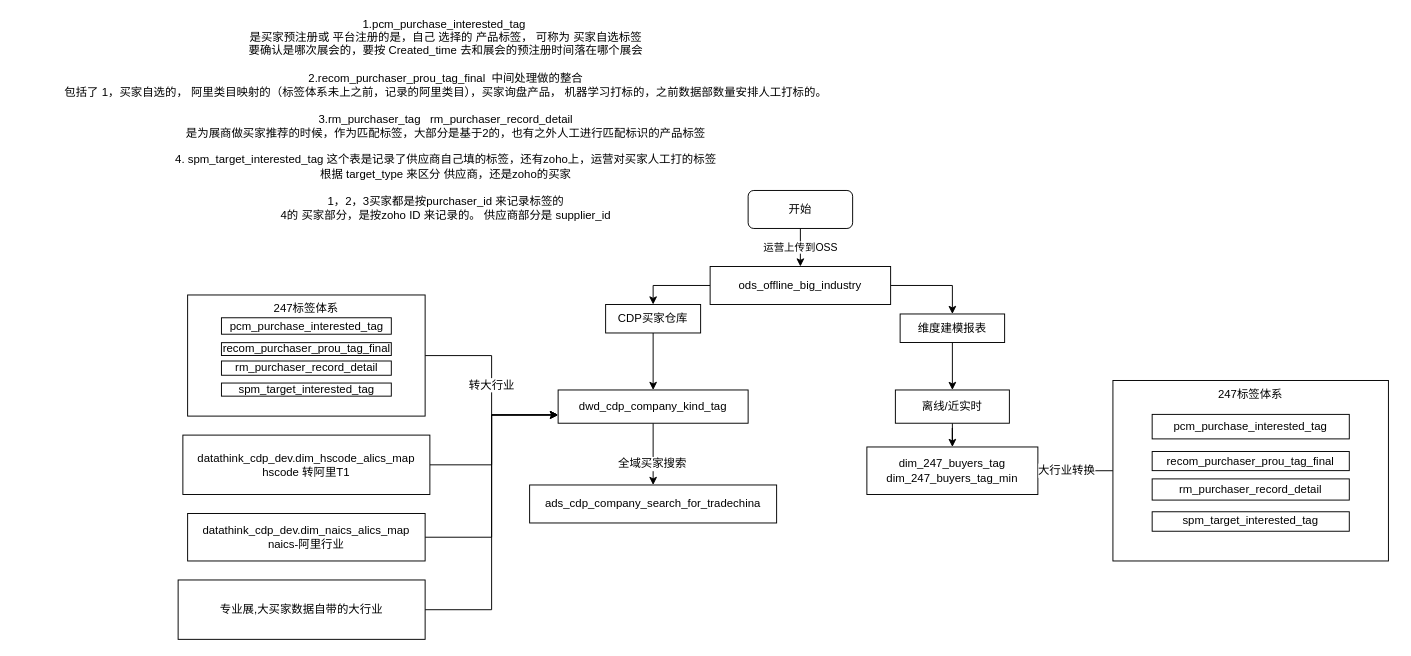
Above: 大行业.drawio in HLSO6/draw (draw.io), before the change. Source tidied: cells renumbered, new cells numbered last; positions are measured from the earlier drawing's top-left corner, leaving out a move shared by most shapes. Both pictures are drawn from the tidied source at 95%, with x=0, y=0 at pixel (16, 104).
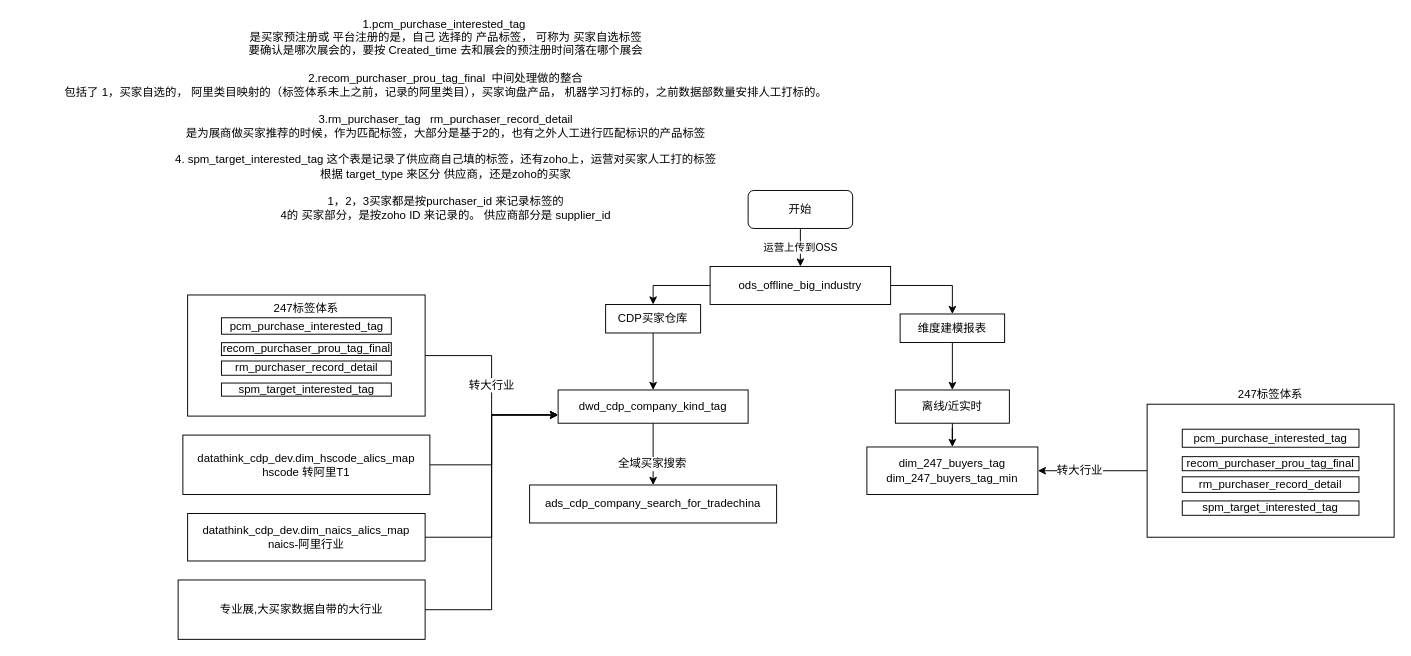
The same page after the edit.

Commit message:
更新大行业.drawio

Unchanged cells that the change refers to:
```xml
<mxCell id="15" style="edgeStyle=orthogonalEdgeStyle;rounded=0;jettySize=auto;html=1;entryX=1;entryY=0.5;entryDx=0;entryDy=0;fontFamily=Helvetica;fontSize=12;fontColor=default;" parent="1" edge="1" source="17" target="13">
  <mxGeometry relative="1" as="geometry" />
</mxCell>
```

Diff of the diagram source:
```diff
@@
-    <mxCell id="16" value="大行业转换" style="edgeLabel;html=1;align=center;verticalAlign=middle;fontSize=12;fontFamily=Helvetica;fontColor=default;" parent="15" vertex="1">
+    <mxCell id="16" value="转大行业" style="edgeLabel;html=1;align=center;verticalAlign=middle;fontSize=12;fontFamily=Helvetica;fontColor=default;" parent="15" vertex="1">
       <mxGeometry x="0.26" y="-1" relative="1" as="geometry" />
     </mxCell>
     <mxCell id="17" value="247标签体系" style="rounded=0;whiteSpace=wrap;html=1;spacingBottom=160;" parent="1" vertex="1">
-      <mxGeometry x="1154" y="290" width="290" height="190" as="geometry" />
+      <mxGeometry x="1190" y="315" width="260" height="140" as="geometry" />
     </mxCell>
     <mxCell id="18" value="pcm_purchase_interested_tag" style="rounded=0;whiteSpace=wrap;html=1;" parent="17" vertex="1">
-      <mxGeometry x="41.3" y="35.7" width="207.5" height="25.8" as="geometry" />
+      <mxGeometry x="37" y="26.3" width="186" height="19" as="geometry" />
     </mxCell>
     <mxCell id="19" value="recom_purchaser_prou_tag_final" style="rounded=0;whiteSpace=wrap;html=1;" parent="17" vertex="1">
-      <mxGeometry x="41.3" y="74.8" width="207.5" height="20.1" as="geometry" />
+      <mxGeometry x="37" y="55.2" width="186" height="14.8" as="geometry" />
     </mxCell>
     <mxCell id="20" value="rm_purchaser_record_detail" style="rounded=0;whiteSpace=wrap;html=1;" parent="17" vertex="1">
-      <mxGeometry x="41.3" y="103.6" width="207.5" height="22.3" as="geometry" />
+      <mxGeometry x="37" y="76.4" width="186" height="16.4" as="geometry" />
     </mxCell>
     <mxCell id="21" value="spm_target_interested_tag" style="rounded=0;whiteSpace=wrap;html=1;" parent="17" vertex="1">
-      <mxGeometry x="41.3" y="138.2" width="207.5" height="20.5" as="geometry" />
+      <mxGeometry x="37" y="101.8" width="186" height="15.1" as="geometry" />
     </mxCell>
```
